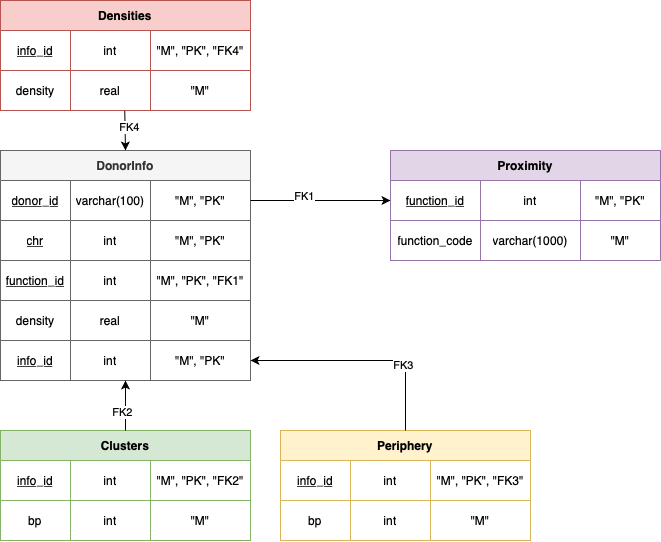
Earlier version of the draw.io export chromo.png (Timoniche/DenseWeightedSubgraph). Source tidied: cells renumbered, new cells last; positions are measured from the earlier drawing's top-left corner, leaving out a move shared by most shapes.
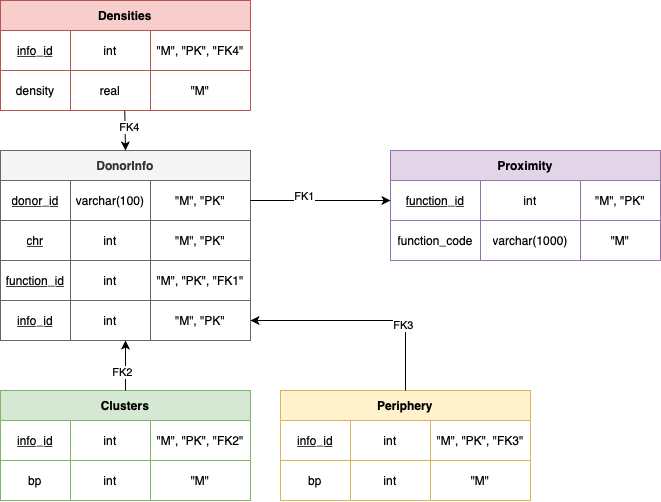
The same file after the commit.

Commit message:
extra dense chromo.png

What changed in the source:
```diff
@@ -3,7 +3,7 @@
     <mxCell id="0" />
     <mxCell id="1" parent="0" />
     <mxCell id="2" value="Clusters" style="shape=table;html=1;whiteSpace=wrap;startSize=30;fontStyle=1;align=center;fillColor=#d5e8d4;strokeColor=#82b366;" parent="1" vertex="1">
-      <mxGeometry y="430" width="250" height="110" as="geometry" />
+      <mxGeometry y="390" width="250" height="110" as="geometry" />
     </mxCell>
     <mxCell id="3" style="shape=partialRectangle;html=1;whiteSpace=wrap;fillColor=none;top=0;left=0;bottom=0;right=0;" parent="2" vertex="1">
       <mxGeometry y="30" width="250" height="40" as="geometry" />
@@ -57,7 +57,7 @@
       <mxGeometry x="190" width="80" height="40" as="geometry" />
     </mxCell>
     <mxCell id="20" value="Periphery" style="shape=table;html=1;whiteSpace=wrap;startSize=30;fontStyle=1;align=center;fillColor=#fff2cc;strokeColor=#d6b656;" parent="1" vertex="1">
-      <mxGeometry x="280" y="430" width="250" height="110" as="geometry" />
+      <mxGeometry x="280" y="390" width="250" height="110" as="geometry" />
     </mxCell>
     <mxCell id="21" style="shape=partialRectangle;html=1;whiteSpace=wrap;fillColor=none;top=0;left=0;bottom=0;right=0;" parent="20" vertex="1">
       <mxGeometry y="30" width="250" height="40" as="geometry" />
@@ -84,7 +84,7 @@
       <mxGeometry x="150" width="100" height="40" as="geometry" />
     </mxCell>
     <mxCell id="29" value="DonorInfo" style="shape=table;html=1;whiteSpace=wrap;startSize=30;fontStyle=1;align=center;fillColor=#f5f5f5;strokeColor=#666666;fontColor=#333333;" parent="1" vertex="1">
-      <mxGeometry y="150" width="250" height="230" as="geometry" />
+      <mxGeometry y="150" width="250" height="190" as="geometry" />
     </mxCell>
     <mxCell id="30" style="shape=partialRectangle;html=1;whiteSpace=wrap;fillColor=none;top=0;left=0;bottom=0;right=0;points=[[0,0.5],[1,0.5]];portConstraint=eastwest;" parent="29" vertex="1">
       <mxGeometry y="30" width="250" height="40" as="geometry" />
@@ -122,20 +122,8 @@
     <mxCell id="41" value="&quot;M&quot;, &quot;PK&quot;, &quot;FK1&quot;" style="shape=partialRectangle;html=1;whiteSpace=wrap;fillColor=none;top=0;left=0;bottom=0;right=0;overflow=hidden;" parent="38" vertex="1">
       <mxGeometry x="150" width="100" height="40" as="geometry" />
     </mxCell>
-    <mxCell id="42" style="shape=partialRectangle;html=1;whiteSpace=wrap;fillColor=none;top=0;left=0;bottom=0;right=0;" parent="29" vertex="1">
-      <mxGeometry y="150" width="250" height="40" as="geometry" />
-    </mxCell>
-    <mxCell id="43" value="density" style="shape=partialRectangle;html=1;whiteSpace=wrap;fillColor=none;top=0;left=0;bottom=0;right=0;overflow=hidden;" parent="42" vertex="1">
-      <mxGeometry width="70" height="40" as="geometry" />
-    </mxCell>
-    <mxCell id="44" value="real" style="shape=partialRectangle;html=1;whiteSpace=wrap;fillColor=none;top=0;left=0;bottom=0;right=0;overflow=hidden;" parent="42" vertex="1">
-      <mxGeometry x="70" width="80" height="40" as="geometry" />
-    </mxCell>
-    <mxCell id="45" value="&quot;M&quot;" style="shape=partialRectangle;html=1;whiteSpace=wrap;fillColor=none;top=0;left=0;bottom=0;right=0;overflow=hidden;" parent="42" vertex="1">
-      <mxGeometry x="150" width="100" height="40" as="geometry" />
-    </mxCell>
     <mxCell id="46" style="shape=partialRectangle;html=1;whiteSpace=wrap;fillColor=none;top=0;left=0;bottom=0;right=0;points=[[0,0.5],[1,0.5]];portConstraint=eastwest;" parent="29" vertex="1">
-      <mxGeometry y="190" width="250" height="40" as="geometry" />
+      <mxGeometry y="150" width="250" height="40" as="geometry" />
     </mxCell>
     <mxCell id="47" value="&lt;u&gt;info_id&lt;/u&gt;" style="shape=partialRectangle;html=1;whiteSpace=wrap;fillColor=none;top=0;left=0;bottom=0;right=0;overflow=hidden;" parent="46" vertex="1">
       <mxGeometry width="70" height="40" as="geometry" />
@@ -155,7 +143,7 @@
     <mxCell id="52" style="endArrow=classic;html=1;exitX=0.5;exitY=0;exitDx=0;exitDy=0;entryX=1;entryY=0.5;entryDx=0;entryDy=0;" parent="1" edge="1" source="20" target="46">
       <mxGeometry relative="1" as="geometry">
         <Array as="points">
-          <mxPoint x="405" y="360" />
+          <mxPoint x="405" y="320" />
         </Array>
       </mxGeometry>
     </mxCell>
```
